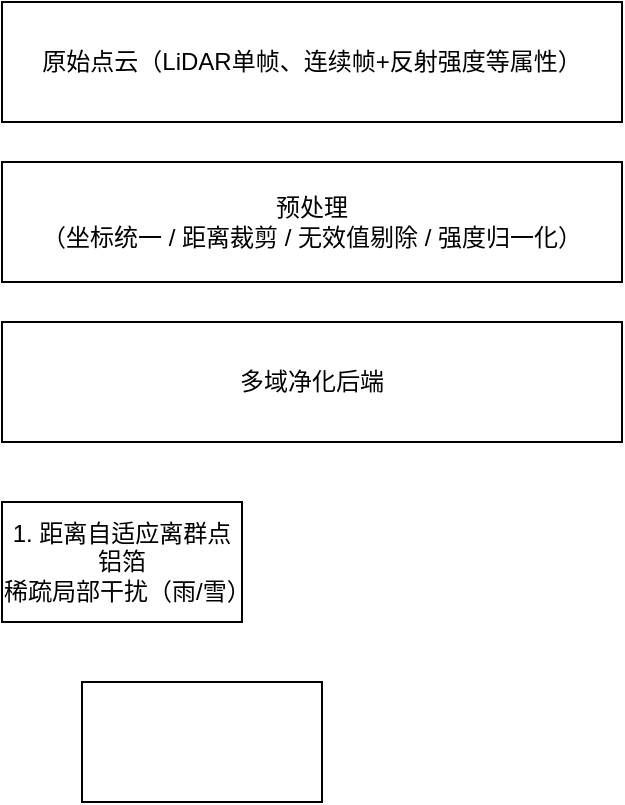
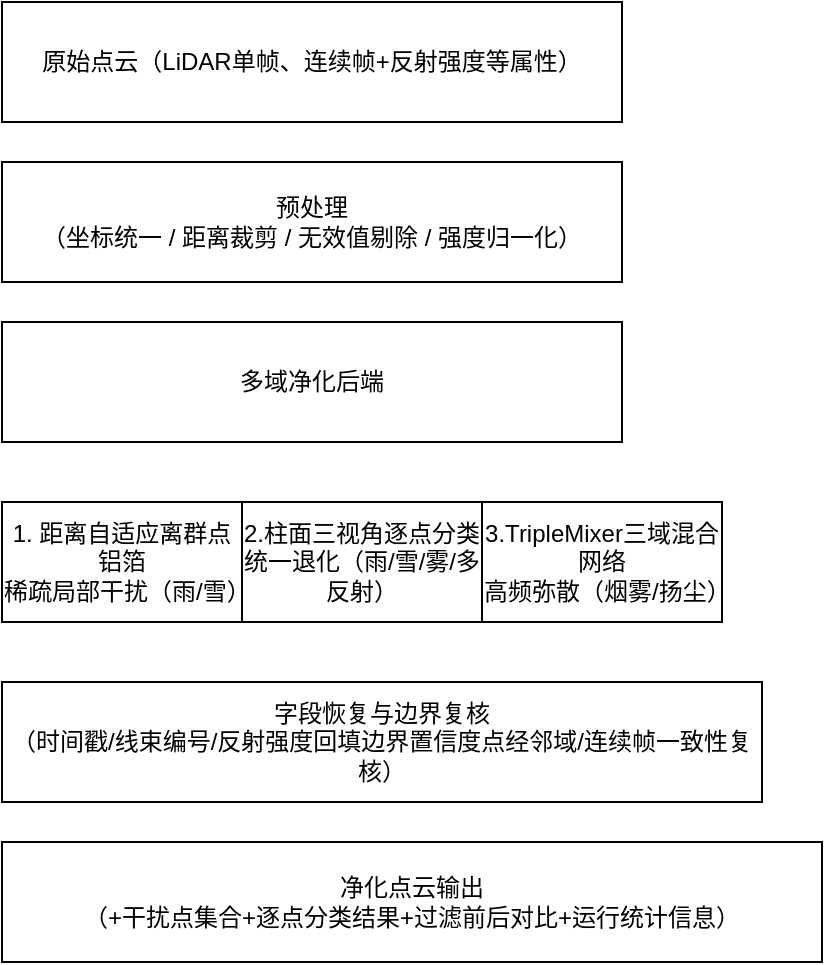
<mxfile host="app.diagrams.net">
  <diagram name="第 1 页" id="dQhYHDXbdkFcSWuIQUrr">
-     <mxGraphModel dx="238" dy="322" grid="1" gridSize="10" guides="1" tooltips="1" connect="1" arrows="1" fold="1" page="1" pageScale="1" pageWidth="827" pageHeight="1169" math="0" shadow="0">
+     <mxGraphModel dx="855" dy="1158" grid="1" gridSize="10" guides="1" tooltips="1" connect="1" arrows="1" fold="1" page="1" pageScale="1" pageWidth="827" pageHeight="1169" math="0" shadow="0">
      <root>
        <mxCell id="0" />
        <mxCell id="1" parent="0" />
        <mxCell id="31ud5ujLwNF54YdYqB_e-1" parent="1" style="rounded=0;whiteSpace=wrap;html=1;" value="原始点云（LiDAR单帧、连续帧+反射强度等属性）" vertex="1">
          <mxGeometry height="60" width="310" x="100" y="190" as="geometry" />
        </mxCell>
        <mxCell id="31ud5ujLwNF54YdYqB_e-2" parent="1" style="rounded=0;whiteSpace=wrap;html=1;" value="预处理&lt;div&gt;（坐标统一 / 距离裁剪 / 无效值剔除 / 强度归一化）&lt;/div&gt;" vertex="1">
          <mxGeometry height="60" width="310" x="100" y="270" as="geometry" />
        </mxCell>
        <mxCell id="31ud5ujLwNF54YdYqB_e-3" parent="1" style="rounded=0;whiteSpace=wrap;html=1;" value="多域净化后端" vertex="1">
          <mxGeometry height="60" width="310" x="100" y="350" as="geometry" />
        </mxCell>
        <mxCell id="31ud5ujLwNF54YdYqB_e-4" parent="1" style="rounded=0;whiteSpace=wrap;html=1;" value="1. 距离自适应离群点铝箔&lt;div&gt;稀疏局部干扰（雨/雪）&lt;/div&gt;" vertex="1">
          <mxGeometry height="60" width="120" x="100" y="440" as="geometry" />
        </mxCell>
-         <mxCell id="31ud5ujLwNF54YdYqB_e-5" parent="1" style="rounded=0;whiteSpace=wrap;html=1;" value="" vertex="1">
-           <mxGeometry height="60" width="120" x="140" y="530" as="geometry" />
+         <mxCell id="31ud5ujLwNF54YdYqB_e-5" parent="1" style="rounded=0;whiteSpace=wrap;html=1;" value="2.柱面三视角逐点分类&lt;div&gt;统一退化（雨/雪/雾/多反射）&lt;/div&gt;" vertex="1">
+           <mxGeometry height="60" width="120" x="220" y="440" as="geometry" />
+         </mxCell>
+         <mxCell id="BFLlxgR6k2uAPhuwH8G4-1" parent="1" style="rounded=0;whiteSpace=wrap;html=1;" value="3.TripleMixer三域混合网络&lt;div&gt;高频弥散（烟雾/扬尘）&lt;/div&gt;" vertex="1">
+           <mxGeometry height="60" width="120" x="340" y="440" as="geometry" />
+         </mxCell>
+         <mxCell id="BFLlxgR6k2uAPhuwH8G4-3" parent="1" style="rounded=0;whiteSpace=wrap;html=1;" value="字段恢复与边界复核&lt;div&gt;（时间戳/线束编号/反射强度回填边界置信度点经邻域/连续帧一致性复核）&lt;/div&gt;" vertex="1">
+           <mxGeometry height="60" width="380" x="100" y="530" as="geometry" />
+         </mxCell>
+         <mxCell id="BFLlxgR6k2uAPhuwH8G4-4" parent="1" style="rounded=0;whiteSpace=wrap;html=1;" value="净化点云输出&lt;div&gt;（+干扰点集合+逐点分类结果+过滤前后对比+运行统计信息）&lt;/div&gt;" vertex="1">
+           <mxGeometry height="60" width="410" x="100" y="610" as="geometry" />
        </mxCell>
      </root>
    </mxGraphModel>
  </diagram>
</mxfile>
